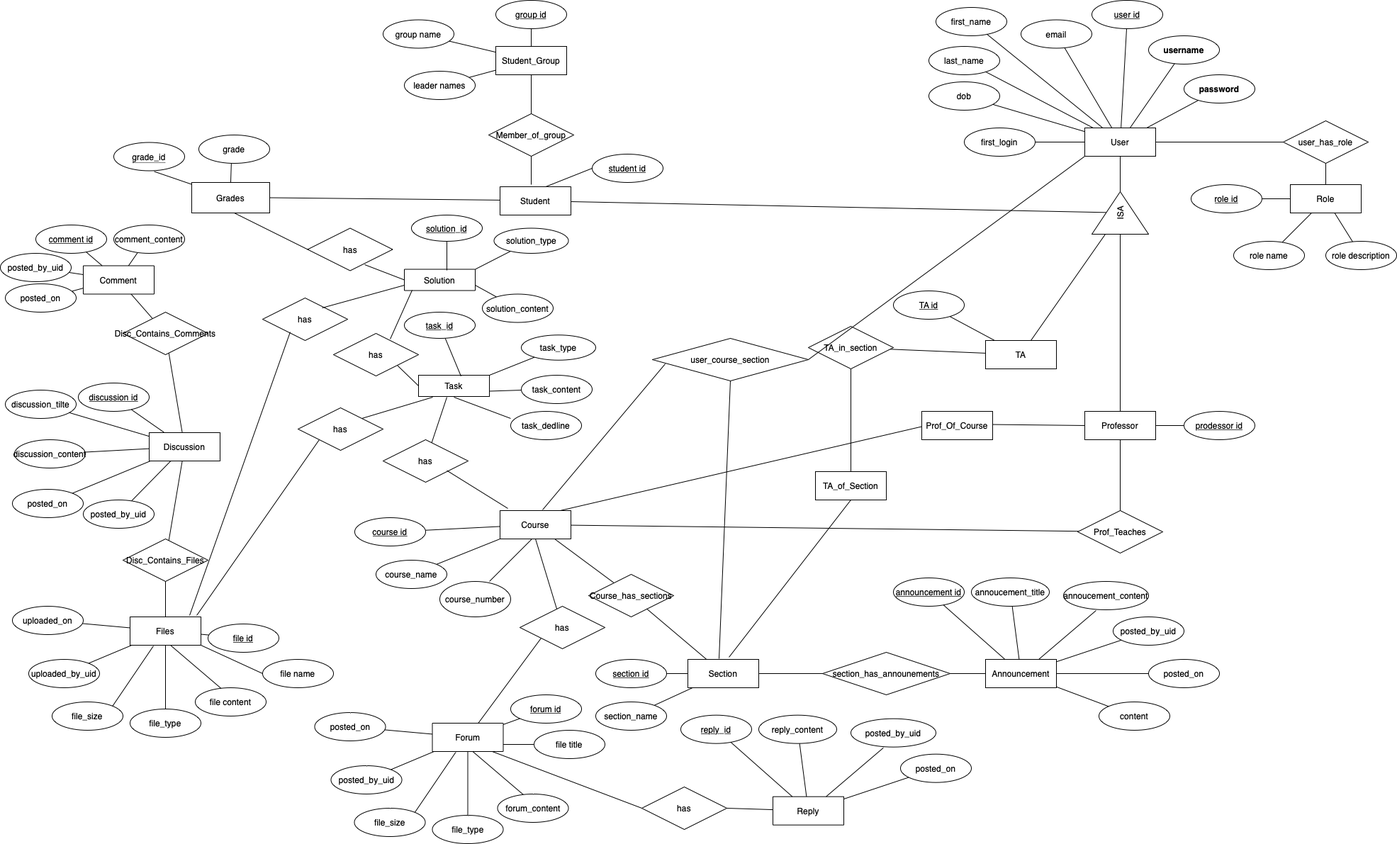
Earlier version of the draw.io export ERD RS/old files/ProjectERD_final.drawio.png (mikepoullas/COMP5531_GROUP_4_Winter_2022). Source tidied: cells renumbered, new cells last; positions are measured from the earlier drawing's top-left corner, leaving out a move shared by most shapes.
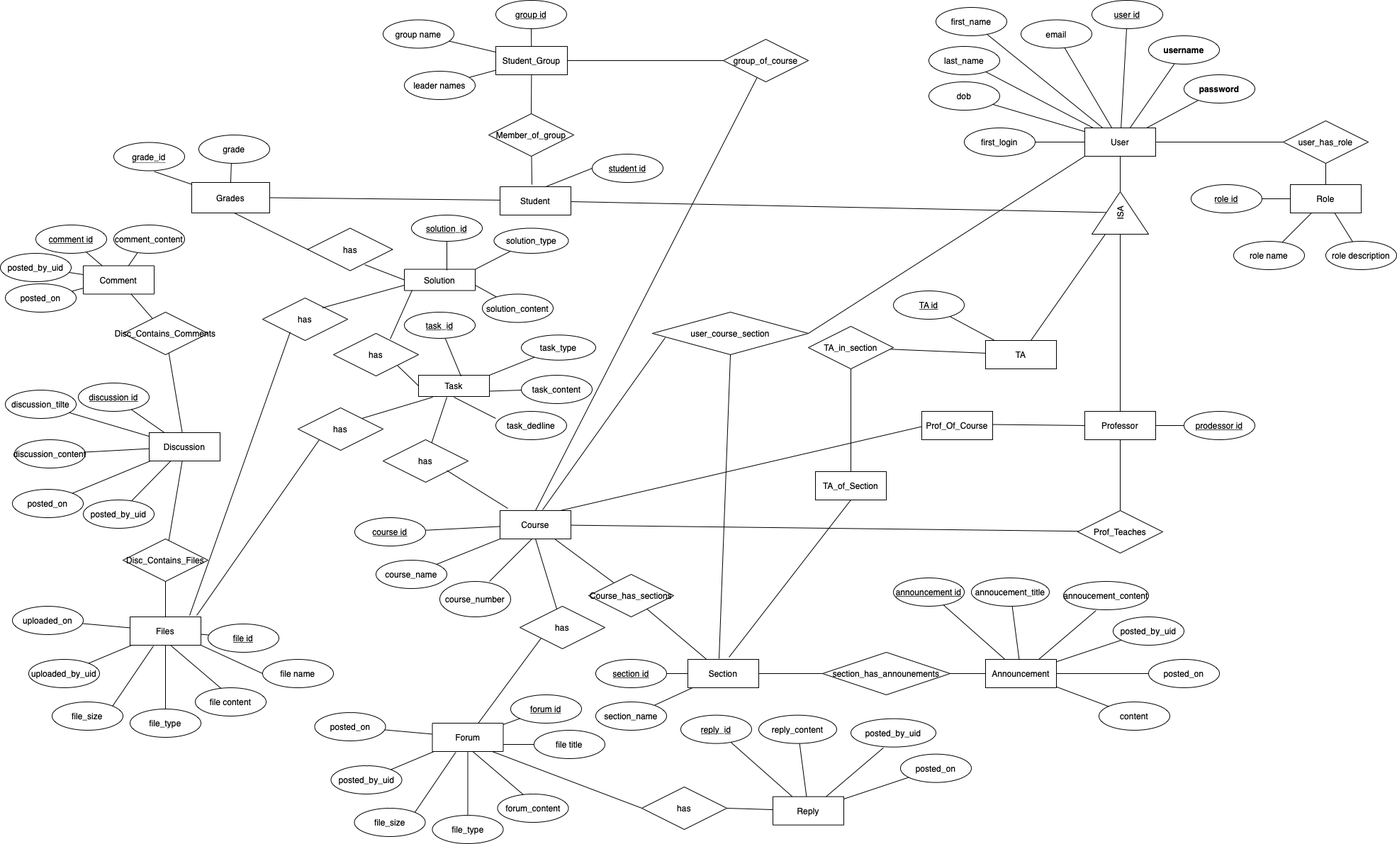
The same diagram one commit later.

Change to the diagram source:
```diff
@@ -319,12 +319,15 @@
     <mxCell id="106" style="endArrow=none;html=1;rounded=0;" parent="1" edge="1" source="107" target="105">
       <mxGeometry relative="1" as="geometry" />
     </mxCell>
+    <mxCell id="207" style="edgeStyle=none;rounded=0;jettySize=auto;html=1;entryX=0;entryY=0.5;entryDx=0;entryDy=0;endArrow=none;endFill=0;" parent="1" edge="1" source="107" target="209">
+      <mxGeometry relative="1" as="geometry" />
+    </mxCell>
     <mxCell id="107" value="Student_Group" style="whiteSpace=wrap;html=1;align=center;" parent="1" vertex="1">
-      <mxGeometry x="699" y="65" width="100" height="40" as="geometry" />
+      <mxGeometry x="699" y="65" width="101" height="40" as="geometry" />
     </mxCell>
     <mxCell id="108" style="edgeStyle=none;rounded=0;jettySize=auto;html=1;endArrow=none;endFill=0;" parent="1" edge="1" source="109">
       <mxGeometry relative="1" as="geometry">
-        <mxPoint x="749" y="260" as="targetPoint" />
+        <mxPoint x="750" y="260" as="targetPoint" />
       </mxGeometry>
     </mxCell>
     <mxCell id="109" value="Member_of_group" style="shape=rhombus;perimeter=rhombusPerimeter;whiteSpace=wrap;html=1;align=center;" parent="1" vertex="1">
@@ -398,7 +401,7 @@
       <mxGeometry relative="1" as="geometry" />
     </mxCell>
     <mxCell id="130" value="user_course_section" style="shape=rhombus;perimeter=rhombusPerimeter;whiteSpace=wrap;html=1;align=center;" parent="1" vertex="1">
-      <mxGeometry x="920" y="477" width="220" height="60" as="geometry" />
+      <mxGeometry x="920" y="440" width="220" height="60" as="geometry" />
     </mxCell>
     <mxCell id="131" style="endArrow=none;html=1;rounded=0;exitX=1;exitY=0.5;exitDx=0;exitDy=0;" parent="1" edge="1" source="130">
       <mxGeometry relative="1" as="geometry">
@@ -484,7 +487,7 @@
       <mxGeometry x="735" y="529" width="100" height="40" as="geometry" />
     </mxCell>
     <mxCell id="156" value="task_dedline" style="ellipse;whiteSpace=wrap;html=1;align=center;" parent="1" vertex="1">
-      <mxGeometry x="720" y="580" width="100" height="40" as="geometry" />
+      <mxGeometry x="699" y="580" width="100" height="40" as="geometry" />
     </mxCell>
     <mxCell id="157" style="edgeStyle=none;rounded=0;jettySize=auto;html=1;endArrow=none;endFill=0;exitX=0;exitY=0.25;exitDx=0;exitDy=0;exitPerimeter=0;" parent="1" edge="1" source="156">
       <mxGeometry relative="1" as="geometry">
@@ -658,5 +661,11 @@
         <mxPoint x="769.5" y="263" as="targetPoint" />
       </mxGeometry>
     </mxCell>
+    <mxCell id="208" style="edgeStyle=none;rounded=0;jettySize=auto;html=1;entryX=0.5;entryY=0;entryDx=0;entryDy=0;endArrow=none;endFill=0;" parent="1" edge="1" source="209" target="4">
+      <mxGeometry relative="1" as="geometry" />
+    </mxCell>
+    <mxCell id="209" value="group_of_course" style="shape=rhombus;perimeter=rhombusPerimeter;whiteSpace=wrap;html=1;align=center;" parent="1" vertex="1">
+      <mxGeometry x="1020" y="55" width="120" height="60" as="geometry" />
+    </mxCell>
   </root>
 </mxGraphModel>
```
